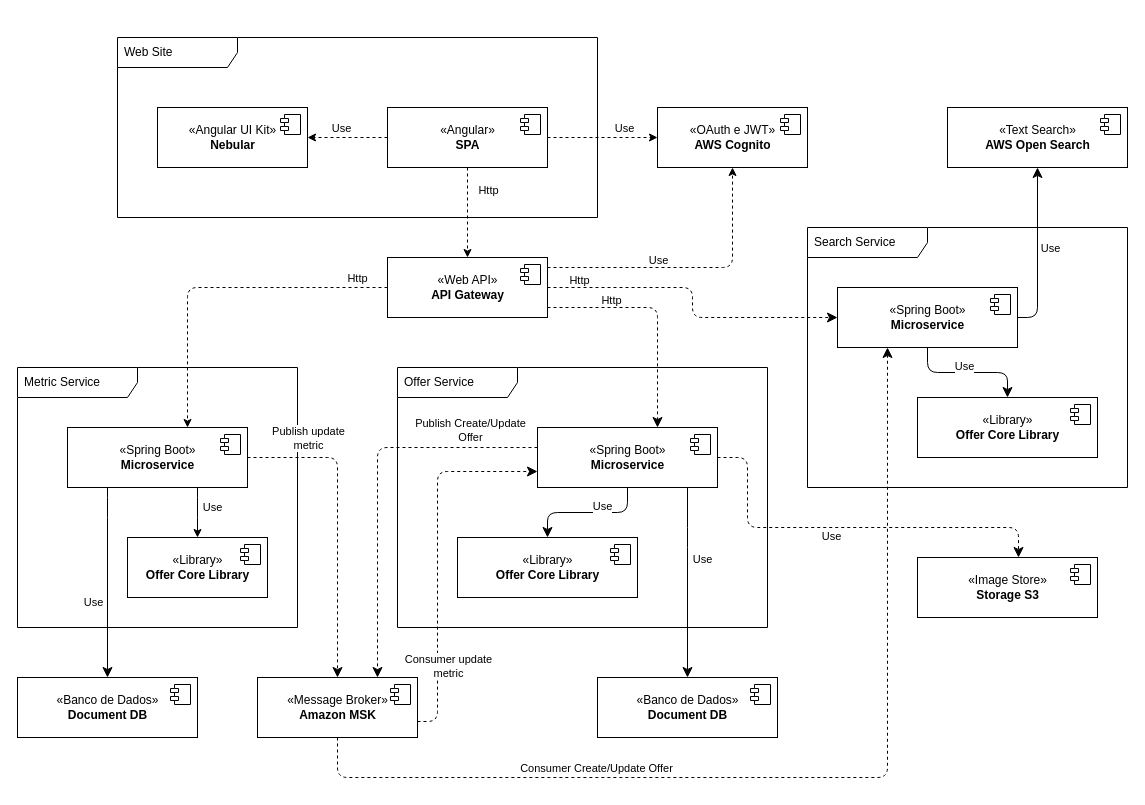
This is diagrama-componente.drawio from nelsonjunior/offer-documentacao, a draw.io file, before an edit. Source tidied: cells renumbered, new cells numbered last; positions are measured from the earlier drawing's top-left corner, leaving out a move shared by most shapes. Both pictures are drawn from the tidied source at 100%, with x=0, y=0 at pixel (17, 37).
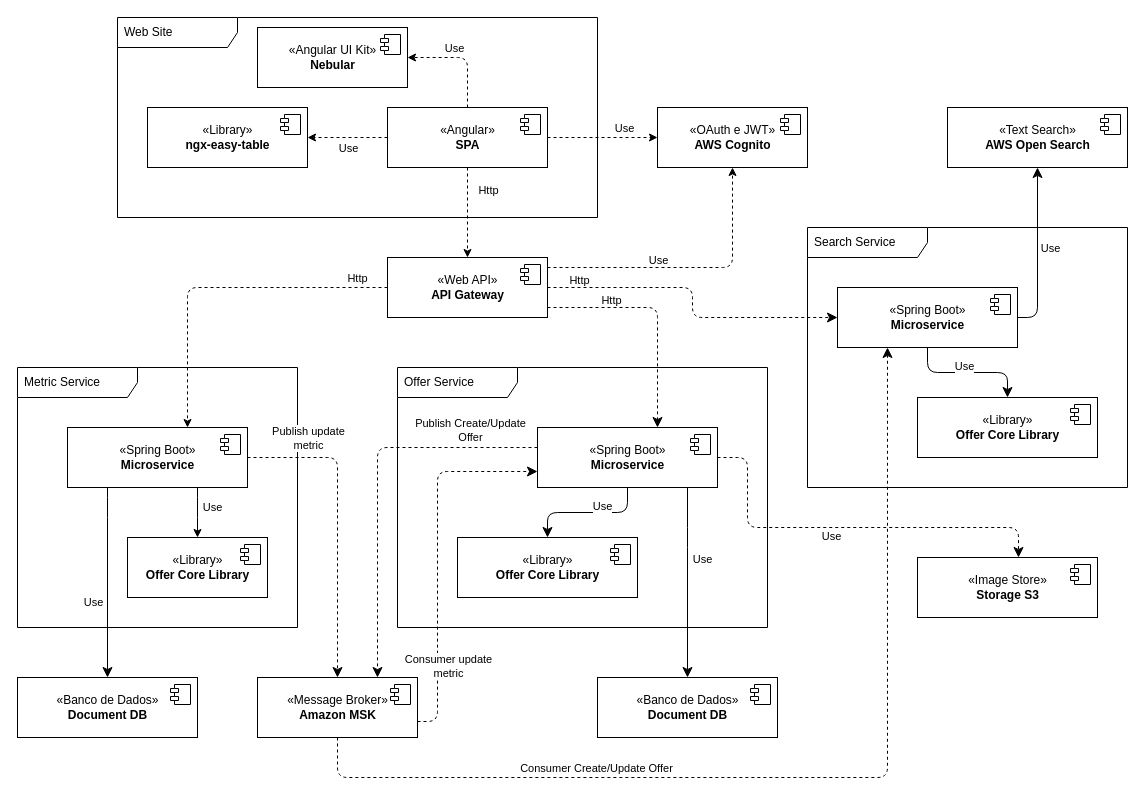
The same page after the edit.

Commit message (it also covers changes not shown here):
Ajuste diagrama de container

The change refers to these unchanged cells:
```xml
<mxCell id="9" value="«Angular»&lt;br&gt;&lt;b&gt;SPA&lt;/b&gt;" style="html=1;" parent="1" vertex="1">
  <mxGeometry x="370" y="70" width="160" height="60" as="geometry" />
</mxCell>
```

The edit, as a diff of the source:
```diff
@@
     <mxCell id="2" value="Web Site" style="shape=umlFrame;whiteSpace=wrap;html=1;width=120;height=30;boundedLbl=1;verticalAlign=middle;align=left;spacingLeft=5;" parent="1" vertex="1">
-      <mxGeometry x="100" width="480" height="180" as="geometry" />
+      <mxGeometry x="100" y="-20" width="480" height="200" as="geometry" />
     </mxCell>
-    <mxCell id="3" style="edgeStyle=none;html=1;dashed=1;" parent="1" edge="1" source="9" target="11">
-      <mxGeometry relative="1" as="geometry" />
+    <mxCell id="3" style="edgeStyle=none;html=1;dashed=1;entryX=1;entryY=0.5;entryDx=0;entryDy=0;" parent="1" edge="1" source="9" target="11">
+      <mxGeometry relative="1" as="geometry">
+        <Array as="points">
+          <mxPoint x="450" y="20" />
+        </Array>
+      </mxGeometry>
     </mxCell>
@@
+    <mxCell id="72" style="edgeStyle=none;html=1;dashed=1;" parent="1" edge="1" source="9" target="74">
+      <mxGeometry relative="1" as="geometry" />
+    </mxCell>
+    <mxCell id="73" value="Use" style="edgeLabel;html=1;align=center;verticalAlign=middle;" parent="72" vertex="1">
+      <mxGeometry x="-0.42" relative="1" as="geometry">
+        <mxPoint x="-17" y="10" as="offset" />
+      </mxGeometry>
+    </mxCell>
@@
     <mxCell id="11" value="«Angular UI Kit»&lt;br&gt;&lt;b&gt;Nebular&lt;/b&gt;" style="html=1;" parent="1" vertex="1">
-      <mxGeometry x="140" y="70" width="150" height="60" as="geometry" />
+      <mxGeometry x="240" y="-10" width="150" height="60" as="geometry" />
     </mxCell>
@@
+    <mxCell id="74" value="«Library»&lt;br&gt;&lt;b&gt;ngx-easy-table&lt;/b&gt;" style="html=1;" parent="1" vertex="1">
+      <mxGeometry x="130" y="70" width="160" height="60" as="geometry" />
+    </mxCell>
+    <mxCell id="75" style="shape=module;jettyWidth=8;jettyHeight=4;" parent="74" vertex="1">
+      <mxGeometry x="1" width="20" height="20" relative="1" as="geometry">
+        <mxPoint x="-27" y="7" as="offset" />
+      </mxGeometry>
+    </mxCell>
```
